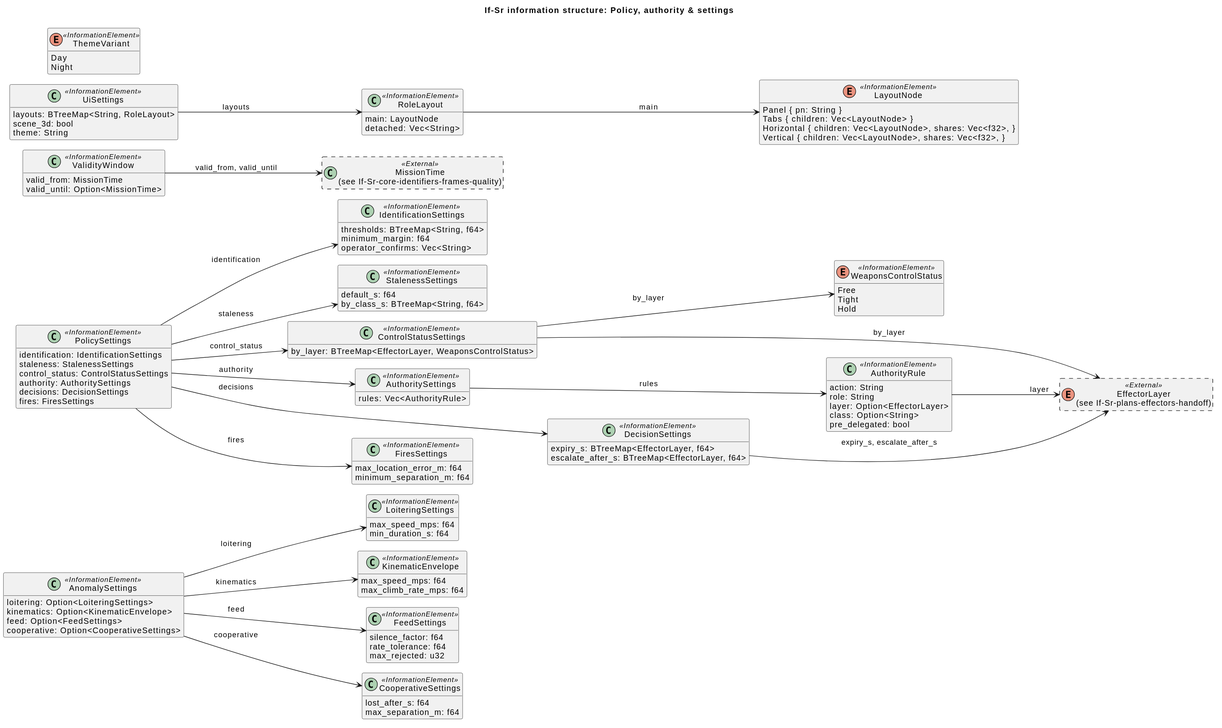
The PlantUML diagram docs/architecture/uaf/rendered/information/If-Sr-policy-authority-settings.svg in WayneRoessling/gungnir, before a commit.
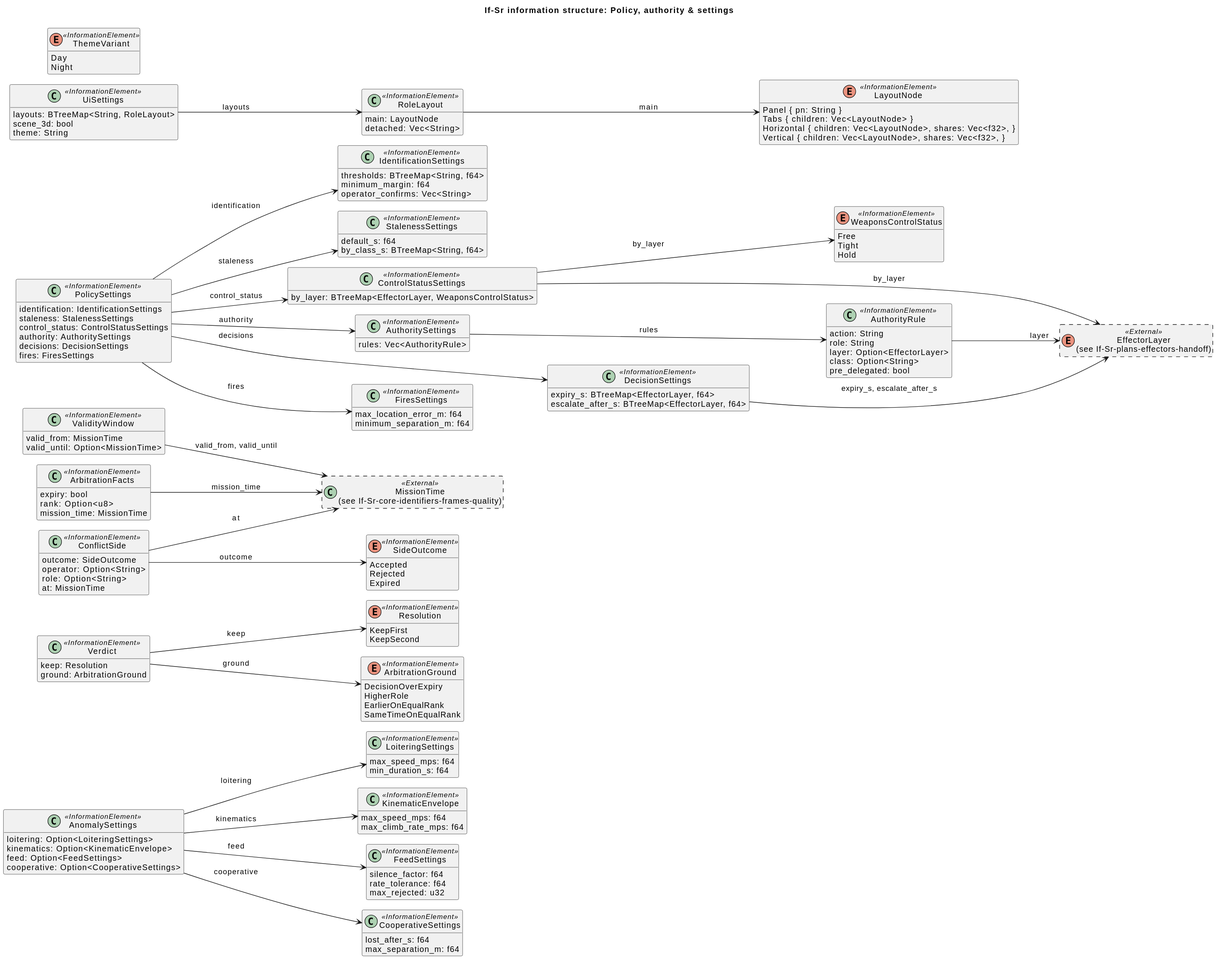
The same file after the commit.

Diff of the diagram source:
```diff
@@ -26,6 +26,36 @@
 class "CooperativeSettings" as CooperativeSettings <<InformationElement>> {
   lost_after_s: f64
   max_separation_m: f64
+}
+enum "Resolution" as Resolution <<InformationElement>> {
+  KeepFirst
+  KeepSecond
+}
+class "ArbitrationFacts" as ArbitrationFacts <<InformationElement>> {
+  expiry: bool
+  rank: Option<u8>
+  mission_time: MissionTime
+}
+enum "ArbitrationGround" as ArbitrationGround <<InformationElement>> {
+  DecisionOverExpiry
+  HigherRole
+  EarlierOnEqualRank
+  SameTimeOnEqualRank
+}
+class "Verdict" as Verdict <<InformationElement>> {
+  keep: Resolution
+  ground: ArbitrationGround
+}
+enum "SideOutcome" as SideOutcome <<InformationElement>> {
+  Accepted
+  Rejected
+  Expired
+}
+class "ConflictSide" as ConflictSide <<InformationElement>> {
+  outcome: SideOutcome
+  operator: Option<String>
+  role: Option<String>
+  at: MissionTime
 }
 enum "WeaponsControlStatus" as WeaponsControlStatus <<InformationElement>> {
   Free
@@ -101,6 +131,11 @@
 AnomalySettings --> FeedSettings : feed
 AnomalySettings --> KinematicEnvelope : kinematics
 AnomalySettings --> LoiteringSettings : loitering
+ArbitrationFacts --> MissionTime : mission_time
+Verdict --> ArbitrationGround : ground
+Verdict --> Resolution : keep
+ConflictSide --> MissionTime : at
+ConflictSide --> SideOutcome : outcome
 ControlStatusSettings --> EffectorLayer : by_layer
 ControlStatusSettings --> WeaponsControlStatus : by_layer
 AuthorityRule --> EffectorLayer : layer
```
